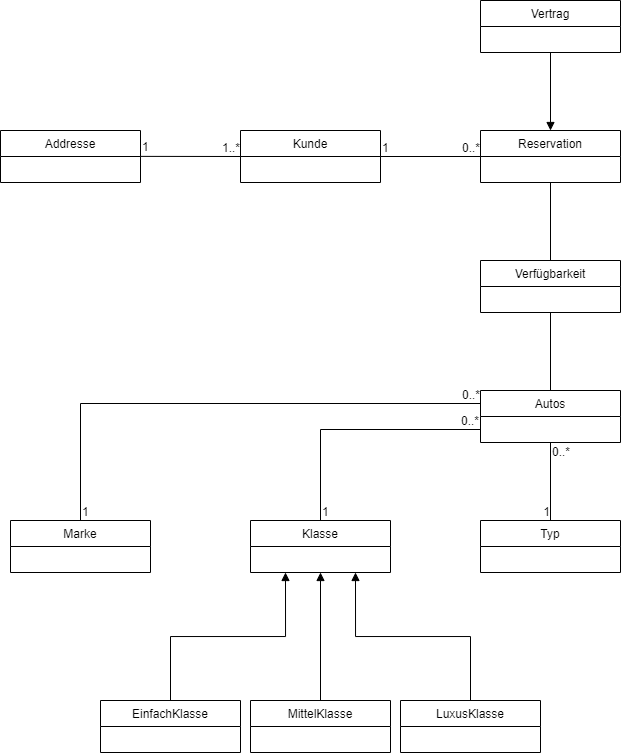
This is drawio/DomainModel.drawio.png from marcoebneter/zbw_CarRent, a draw.io export, as it was before one commit. Source tidied: cells renumbered, new cells last; positions are measured from the earlier drawing's top-left corner, leaving out a move shared by most shapes.
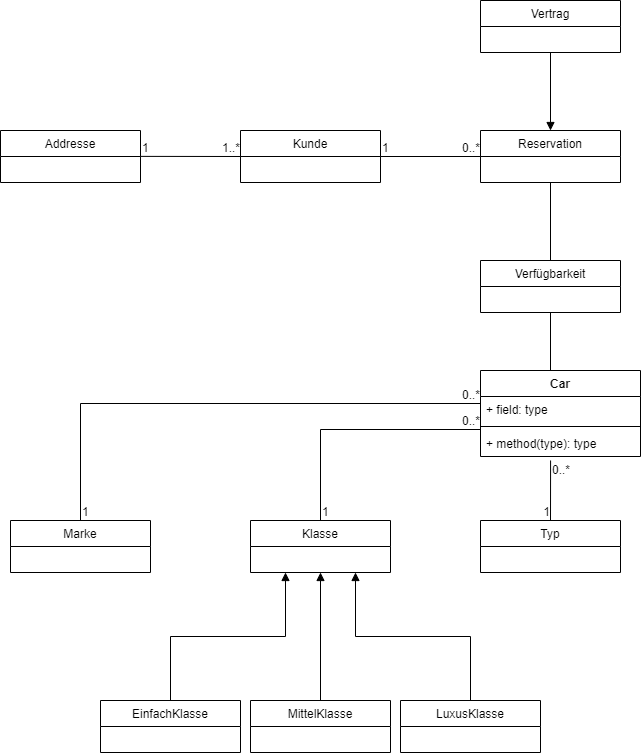
After the commit.

What changed in the source:
```diff
@@ -41,15 +41,14 @@
     <mxCell id="13" value="0..*" style="html=1;align=right;verticalAlign=bottom;" parent="11" vertex="1">
       <mxGeometry x="1" relative="1" as="geometry" />
     </mxCell>
-    <mxCell id="14" style="edgeStyle=orthogonalEdgeStyle;rounded=0;jettySize=auto;html=1;exitX=0.5;exitY=1;exitDx=0;exitDy=0;entryX=0.5;entryY=0;entryDx=0;entryDy=0;endArrow=none;endFill=0;" parent="1" edge="1" source="15" target="16">
-      <mxGeometry relative="1" as="geometry" />
+    <mxCell id="14" style="edgeStyle=orthogonalEdgeStyle;rounded=0;jettySize=auto;html=1;exitX=0.5;exitY=1;exitDx=0;exitDy=0;entryX=0.5;entryY=0;entryDx=0;entryDy=0;endArrow=none;endFill=0;" parent="1" edge="1" source="15">
+      <mxGeometry relative="1" as="geometry">
+        <mxPoint x="550" y="390" as="targetPoint" />
+      </mxGeometry>
     </mxCell>
     <mxCell id="15" value="Verfügbarkeit" style="swimlane;fontStyle=0;horizontal=1;startSize=26;fillColor=none;" parent="1" vertex="1">
       <mxGeometry x="480" y="260" width="140" height="52" as="geometry" />
     </mxCell>
-    <mxCell id="16" value="Autos" style="swimlane;fontStyle=0;horizontal=1;startSize=26;fillColor=none;" parent="1" vertex="1">
-      <mxGeometry x="480" y="390" width="140" height="52" as="geometry" />
-    </mxCell>
     <mxCell id="17" value="Klasse" style="swimlane;fontStyle=0;horizontal=1;startSize=26;fillColor=none;" parent="1" vertex="1">
       <mxGeometry x="250" y="520" width="140" height="52" as="geometry" />
     </mxCell>
@@ -77,8 +76,9 @@
     <mxCell id="25" value="EinfachKlasse" style="swimlane;fontStyle=0;horizontal=1;startSize=26;fillColor=none;" parent="1" vertex="1">
       <mxGeometry x="100" y="700" width="140" height="52" as="geometry" />
     </mxCell>
-    <mxCell id="26" style="endArrow=none;html=1;rounded=0;exitX=0.5;exitY=0;exitDx=0;exitDy=0;entryX=0;entryY=0.25;entryDx=0;entryDy=0;" parent="1" edge="1" source="19" target="16">
+    <mxCell id="26" style="endArrow=none;html=1;rounded=0;exitX=0.5;exitY=0;exitDx=0;exitDy=0;entryX=0;entryY=0.25;entryDx=0;entryDy=0;" parent="1" edge="1" source="19">
       <mxGeometry relative="1" as="geometry">
+        <mxPoint x="480" y="403" as="targetPoint" />
         <Array as="points">
           <mxPoint x="80" y="403" />
         </Array>
@@ -90,8 +90,9 @@
     <mxCell id="28" value="0..*" style="html=1;align=right;verticalAlign=bottom;" parent="26" vertex="1">
       <mxGeometry x="1" relative="1" as="geometry" />
     </mxCell>
-    <mxCell id="29" style="endArrow=none;html=1;rounded=0;exitX=0.5;exitY=0;exitDx=0;exitDy=0;entryX=0;entryY=0.75;entryDx=0;entryDy=0;" parent="1" edge="1" source="17" target="16">
+    <mxCell id="29" style="endArrow=none;html=1;rounded=0;exitX=0.5;exitY=0;exitDx=0;exitDy=0;entryX=0;entryY=0.75;entryDx=0;entryDy=0;" parent="1" edge="1" source="17">
       <mxGeometry relative="1" as="geometry">
+        <mxPoint x="480" y="429" as="targetPoint" />
         <Array as="points">
           <mxPoint x="320" y="429" />
         </Array>
@@ -103,7 +104,7 @@
     <mxCell id="31" value="0..*" style="html=1;align=right;verticalAlign=bottom;" parent="29" vertex="1">
       <mxGeometry x="1" relative="1" as="geometry" />
     </mxCell>
-    <mxCell id="32" style="endArrow=none;html=1;rounded=0;entryX=0.5;entryY=0;entryDx=0;entryDy=0;exitX=0.5;exitY=1;exitDx=0;exitDy=0;" parent="1" edge="1" source="16" target="18">
+    <mxCell id="32" style="endArrow=none;html=1;rounded=0;entryX=0.5;entryY=0;entryDx=0;entryDy=0;exitX=0.438;exitY=1.154;exitDx=0;exitDy=0;exitPerimeter=0;" parent="1" edge="1" source="38" target="18">
       <mxGeometry relative="1" as="geometry" />
     </mxCell>
     <mxCell id="33" value="0..*" style="html=1;align=left;verticalAlign=bottom;" parent="32" vertex="1">
@@ -114,5 +115,17 @@
     <mxCell id="34" value="1" style="html=1;align=right;verticalAlign=bottom;" parent="32" vertex="1">
       <mxGeometry x="1" relative="1" as="geometry" />
     </mxCell>
+    <mxCell id="35" value="Car" style="swimlane;fontStyle=1;align=center;verticalAlign=top;horizontal=1;startSize=26;" parent="1" vertex="1">
+      <mxGeometry x="480" y="370" width="160" height="86" as="geometry" />
+    </mxCell>
+    <mxCell id="36" value="+ field: type" style="text;strokeColor=none;fillColor=none;align=left;verticalAlign=top;spacingLeft=4;spacingRight=4;overflow=hidden;" parent="35" vertex="1">
+      <mxGeometry y="26" width="160" height="26" as="geometry" />
+    </mxCell>
+    <mxCell id="37" style="line;strokeWidth=1;fillColor=none;align=left;verticalAlign=middle;spacingTop=-1;spacingLeft=3;spacingRight=3;labelPosition=right;" parent="35" vertex="1">
+      <mxGeometry y="52" width="160" height="8" as="geometry" />
+    </mxCell>
+    <mxCell id="38" value="+ method(type): type" style="text;strokeColor=none;fillColor=none;align=left;verticalAlign=top;spacingLeft=4;spacingRight=4;overflow=hidden;points=[[0,0.5],[1,0.5]];portConstraint=eastwest;" parent="35" vertex="1">
+      <mxGeometry y="60" width="160" height="26" as="geometry" />
+    </mxCell>
   </root>
 </mxGraphModel>
```
